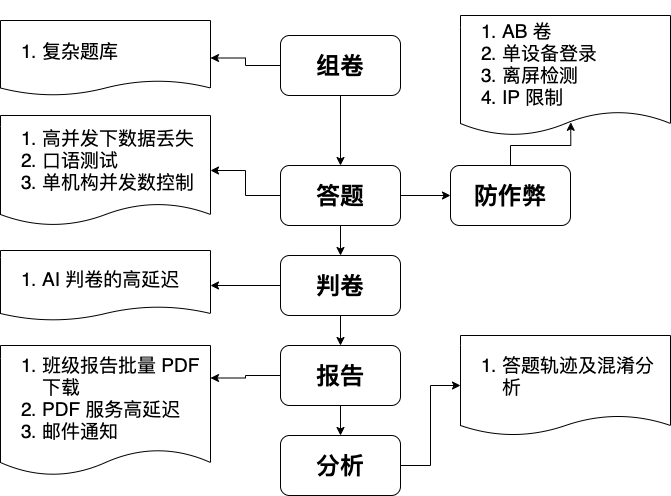
Earlier version of the draw.io export business/assets/exam-business.drawio.png (shfshanyue/blog). Source tidied: cells renumbered, new cells last; positions are measured from the earlier drawing's top-left corner, leaving out a move shared by most shapes.
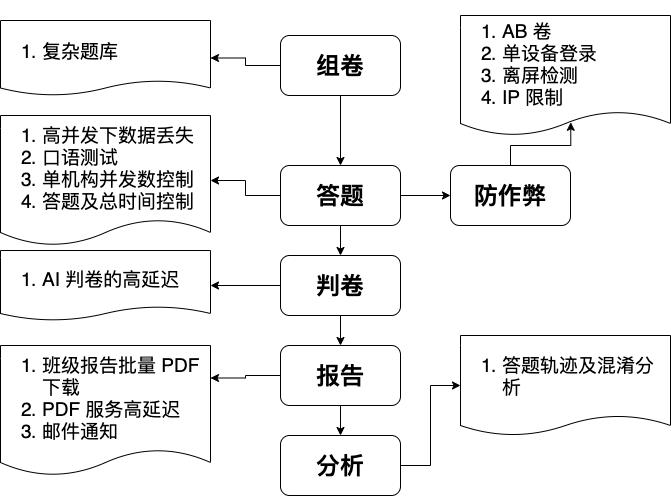
The same diagram one commit later.

What changed in the source:
```diff
@@ -55,8 +55,8 @@
     <mxCell id="18" value="&lt;font style=&quot;font-size: 24px&quot;&gt;防作弊&lt;/font&gt;" style="rounded=1;whiteSpace=wrap;html=1;fontStyle=1;" parent="1" vertex="1">
       <mxGeometry x="450" y="150" width="120" height="60" as="geometry" />
     </mxCell>
-    <mxCell id="19" value="&lt;ol&gt;&lt;li&gt;&lt;span&gt;高并发下&lt;/span&gt;数据丢失&lt;/li&gt;&lt;li&gt;&lt;span&gt;口语测试&lt;/span&gt;&lt;/li&gt;&lt;li&gt;单机构并发数控制&lt;/li&gt;&lt;/ol&gt;" style="shape=document;whiteSpace=wrap;html=1;boundedLbl=1;fontSize=19;align=left;size=0.2;" parent="1" vertex="1">
-      <mxGeometry y="100" width="210" height="110" as="geometry" />
+    <mxCell id="19" value="&lt;ol&gt;&lt;li&gt;&lt;span&gt;高并发下&lt;/span&gt;数据丢失&lt;/li&gt;&lt;li&gt;&lt;span&gt;口语测试&lt;/span&gt;&lt;/li&gt;&lt;li&gt;单机构并发数控制&lt;/li&gt;&lt;li&gt;答题及总时间控制&lt;/li&gt;&lt;/ol&gt;" style="shape=document;whiteSpace=wrap;html=1;boundedLbl=1;fontSize=19;align=left;size=0.2;" parent="1" vertex="1">
+      <mxGeometry y="100" width="210" height="130" as="geometry" />
     </mxCell>
     <mxCell id="20" value="&lt;ol&gt;&lt;li&gt;复杂题库&lt;/li&gt;&lt;/ol&gt;" style="shape=document;whiteSpace=wrap;html=1;boundedLbl=1;fontSize=19;align=left;size=0.2;" parent="1" vertex="1">
       <mxGeometry y="5" width="210" height="75" as="geometry" />
```
